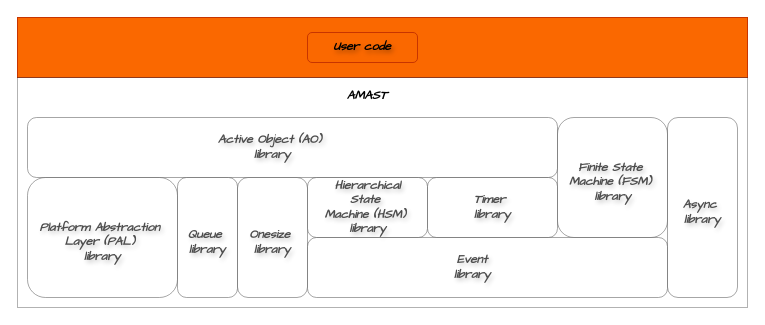
Above: docs/amast-app-diagram.drawio in adel-mamin/amast (draw.io), before the change. Source tidied: cells renumbered, new cells numbered last; positions are measured from the earlier drawing's top-left corner, leaving out a move shared by most shapes. Both pictures are drawn from the tidied source at 100%, with x=0, y=0 at pixel (17, 17).
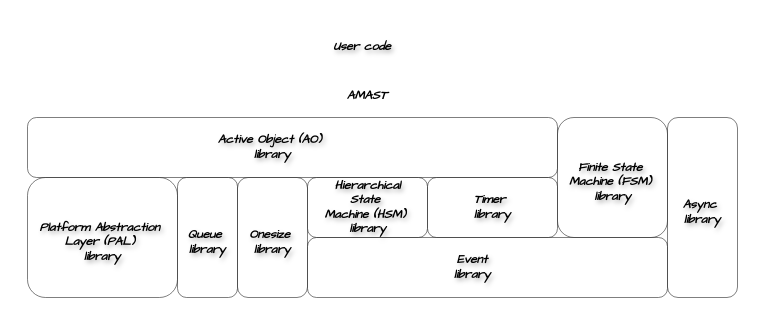
The same page after the edit.

Commit message:
Fix the AMAST diagram link

The edit, as a diff of the source:
```diff
@@
-<mxGraphModel background="light-dark(#FFFFFF,#FFFFFF)">
+<mxGraphModel>
@@
-    <mxCell id="18" style="rounded=0;whiteSpace=wrap;html=1;fillColor=#fa6800;strokeColor=#C73500;fontFamily=Comic Sans MS;fontColor=#000000;textShadow=1;fontStyle=3;fontSize=12;glass=0;" parent="1" vertex="1">
+    <mxCell id="18" style="rounded=0;whiteSpace=wrap;html=1;fillColor=light-dark(#FFFFFF,#A9C4EB);strokeColor=none;fontFamily=Comic Sans MS;fontColor=#000000;textShadow=1;fontStyle=3;fontSize=12;glass=0;" parent="1" vertex="1">
       <mxGeometry width="730" height="60" as="geometry" />
     </mxCell>
-    <mxCell id="19" value="User code" style="text;align=center;html=1;verticalAlign=middle;whiteSpace=wrap;rounded=1;fontFamily=Comic Sans MS;fontColor=light-dark(#000000,#000000);textShadow=1;fontStyle=3;fontSize=12;glass=0;fillColor=#fa6800;strokeColor=#C73500;" parent="1" vertex="1">
+    <mxCell id="19" value="User code" style="text;align=center;html=1;verticalAlign=middle;whiteSpace=wrap;rounded=1;fontFamily=Comic Sans MS;fontColor=light-dark(#000000,#000000);textShadow=1;fontStyle=3;fontSize=12;glass=0;fillColor=none;strokeColor=none;" parent="1" vertex="1">
       <mxGeometry x="290" y="15" width="110" height="30" as="geometry" />
     </mxCell>
@@
-    <mxCell id="22" style="rounded=0;whiteSpace=wrap;html=1;opacity=30;fillColor=light-dark(#FFFFFF,#919191);" parent="1" vertex="1">
+    <mxCell id="22" style="rounded=0;whiteSpace=wrap;html=1;opacity=0;fillColor=light-dark(#FFFFFF,#6EEBE6);strokeColor=light-dark(#000000,#000000);" parent="1" vertex="1">
       <mxGeometry y="60" width="730" height="230" as="geometry" />
     </mxCell>
-    <mxCell id="23" value="AMAST" style="text;strokeColor=none;align=center;fillColor=none;html=1;verticalAlign=middle;whiteSpace=wrap;rounded=0;fontStyle=3;fontFamily=Comic Sans MS;fontColor=light-dark(#000000,#000000);" parent="1" vertex="1">
+    <mxCell id="23" value="AMAST" style="text;strokeColor=none;align=center;fillColor=none;html=1;verticalAlign=middle;whiteSpace=wrap;rounded=0;fontStyle=3;fontFamily=Comic Sans MS;fontColor=light-dark(#000000,#A6A6A6);" parent="1" vertex="1">
       <mxGeometry x="320" y="64" width="60" height="30" as="geometry" />
     </mxCell>
```
